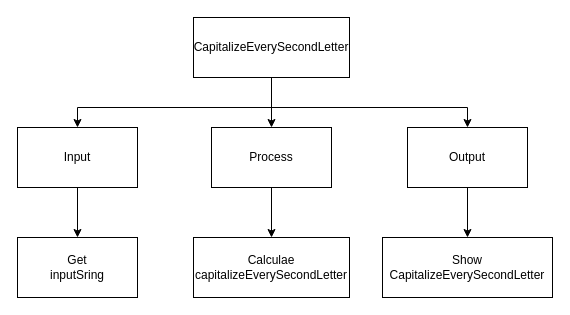
Troy-Appleby/ICS4U-Assignment-2-Typescript keeps this draw.io diagram as topdown.drawio. Above is the earlier version. Source tidied: cells renumbered, new cells numbered last; positions are measured from the earlier drawing's top-left corner, leaving out a move shared by most shapes. Both pictures are drawn from the tidied source at 100%, with x=0, y=0 at pixel (17, 17).
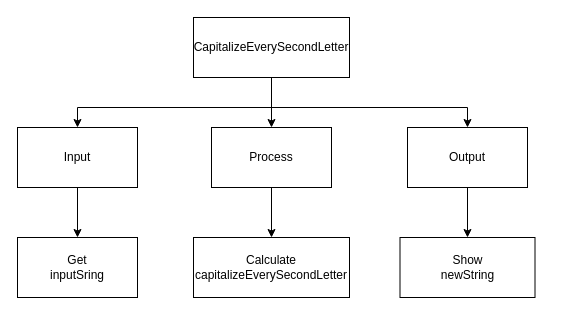
Above is the later version.

Change to the diagram source:
```diff
@@
 <mxGraphModel>
   <root>
     <mxCell id="0" />
     <mxCell id="1" parent="0" />
     <mxCell id="2" style="edgeStyle=orthogonalEdgeStyle;html=1;entryX=0.5;entryY=0;entryDx=0;entryDy=0;rounded=0;" parent="1" edge="1" source="5" target="9">
       <mxGeometry relative="1" as="geometry" />
     </mxCell>
     <mxCell id="3" style="edgeStyle=orthogonalEdgeStyle;rounded=0;html=1;entryX=0.5;entryY=0;entryDx=0;entryDy=0;" parent="1" edge="1" source="5" target="7">
       <mxGeometry relative="1" as="geometry">
         <Array as="points">
           <mxPoint x="254" y="90" />
           <mxPoint x="60" y="90" />
         </Array>
       </mxGeometry>
     </mxCell>
     <mxCell id="4" style="edgeStyle=orthogonalEdgeStyle;rounded=0;html=1;entryX=0.5;entryY=0;entryDx=0;entryDy=0;" parent="1" edge="1" source="5" target="11">
       <mxGeometry relative="1" as="geometry">
         <Array as="points">
           <mxPoint x="254" y="90" />
           <mxPoint x="450" y="90" />
         </Array>
       </mxGeometry>
     </mxCell>
     <mxCell id="5" value="CapitalizeEverySecondLetter" style="rounded=0;whiteSpace=wrap;html=1;" parent="1" vertex="1">
       <mxGeometry x="176" width="156" height="60" as="geometry" />
     </mxCell>
     <mxCell id="6" style="edgeStyle=orthogonalEdgeStyle;rounded=0;html=1;entryX=0.5;entryY=0;entryDx=0;entryDy=0;" parent="1" edge="1" source="7" target="12">
       <mxGeometry relative="1" as="geometry" />
     </mxCell>
     <mxCell id="7" value="Input" style="rounded=0;whiteSpace=wrap;html=1;" parent="1" vertex="1">
       <mxGeometry y="110" width="120" height="60" as="geometry" />
     </mxCell>
     <mxCell id="8" style="edgeStyle=orthogonalEdgeStyle;rounded=0;html=1;entryX=0.5;entryY=0;entryDx=0;entryDy=0;" parent="1" edge="1" source="9" target="13">
       <mxGeometry relative="1" as="geometry" />
     </mxCell>
     <mxCell id="9" value="Process" style="rounded=0;whiteSpace=wrap;html=1;" parent="1" vertex="1">
       <mxGeometry x="194" y="110" width="120" height="60" as="geometry" />
     </mxCell>
     <mxCell id="10" style="edgeStyle=orthogonalEdgeStyle;rounded=0;html=1;entryX=0.5;entryY=0;entryDx=0;entryDy=0;" parent="1" edge="1" source="11" target="14">
       <mxGeometry relative="1" as="geometry" />
     </mxCell>
     <mxCell id="11" value="Output" style="rounded=0;whiteSpace=wrap;html=1;" parent="1" vertex="1">
       <mxGeometry x="390" y="110" width="120" height="60" as="geometry" />
     </mxCell>
     <mxCell id="12" value="Get&lt;br&gt;inputSring" style="rounded=0;whiteSpace=wrap;html=1;" parent="1" vertex="1">
       <mxGeometry y="220" width="120" height="60" as="geometry" />
     </mxCell>
-    <mxCell id="13" value="Calculae&lt;br&gt;capitalizeEverySecondLetter" style="rounded=0;whiteSpace=wrap;html=1;" parent="1" vertex="1">
+    <mxCell id="13" value="Calculate&lt;br&gt;capitalizeEverySecondLetter" style="rounded=0;whiteSpace=wrap;html=1;" parent="1" vertex="1">
       <mxGeometry x="176" y="220" width="156" height="60" as="geometry" />
     </mxCell>
-    <mxCell id="14" value="Show&lt;br&gt;CapitalizeEverySecondLetter" style="rounded=0;whiteSpace=wrap;html=1;" parent="1" vertex="1">
-      <mxGeometry x="365" y="220" width="170" height="60" as="geometry" />
+    <mxCell id="14" value="Show&lt;br&gt;newString" style="rounded=0;whiteSpace=wrap;html=1;" parent="1" vertex="1">
+      <mxGeometry x="382.5" y="220" width="135" height="60" as="geometry" />
     </mxCell>
   </root>
 </mxGraphModel>
```
